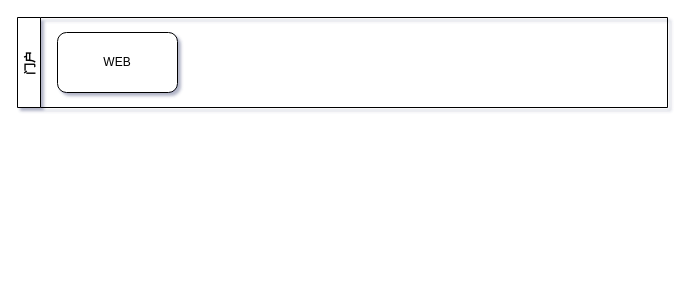
Before: Untitled Diagram.drawio in shoacom/docs, a draw.io diagram. Source tidied: cells renumbered, new cells numbered last; positions are measured from the earlier drawing's top-left corner, leaving out a move shared by most shapes. Both pictures are drawn from the tidied source at 100%, with x=0, y=0 at pixel (17, 17).
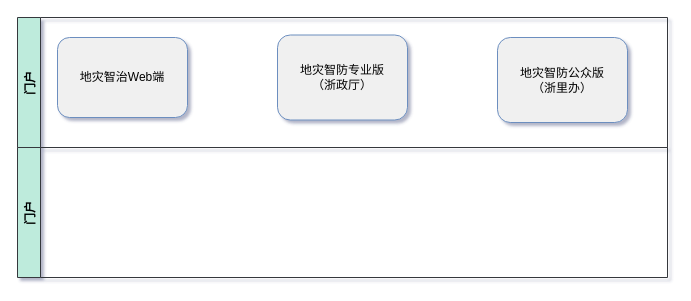
The same diagram, later.

Commit message:
柯城地灾智治.drawio

Change to the diagram source:
```diff
@@
 <mxGraphModel shadow="1">
   <root>
     <mxCell id="0" />
     <mxCell id="1" parent="0" />
-    <mxCell id="2" value="门户" style="swimlane;horizontal=0;fontColor=default;strokeColor=default;fillColor=default;" parent="1" vertex="1">
-      <mxGeometry width="650" height="90" as="geometry" />
+    <mxCell id="2" value="门户" style="swimlane;horizontal=0;strokeColor=#36393d;fillColor=#BEEBDC;fontColor=default;" parent="1" vertex="1">
+      <mxGeometry width="650" height="130" as="geometry" />
     </mxCell>
-    <mxCell id="3" value="WEB" style="rounded=1;whiteSpace=wrap;html=1;fontColor=default;strokeColor=default;fillColor=default;" parent="2" vertex="1">
-      <mxGeometry x="40" y="15" width="120" height="60" as="geometry" />
+    <mxCell id="3" value="地灾智治Web端" style="rounded=1;whiteSpace=wrap;html=1;strokeColor=#6c8ebf;fillColor=#F0F0F0;fontColor=default;" parent="2" vertex="1">
+      <mxGeometry x="40" y="20" width="130" height="80" as="geometry" />
     </mxCell>
+    <mxCell id="4" value="地灾智防专业版&lt;br&gt;（浙政厅）" style="rounded=1;whiteSpace=wrap;html=1;strokeColor=#6c8ebf;fillColor=#F0F0F0;fontColor=default;" parent="2" vertex="1">
+      <mxGeometry x="260" y="17.5" width="130" height="85" as="geometry" />
+    </mxCell>
+    <mxCell id="5" value="地灾智防公众版&lt;br&gt;（浙里办）" style="rounded=1;whiteSpace=wrap;html=1;strokeColor=#6c8ebf;fillColor=#F0F0F0;fontColor=default;" parent="2" vertex="1">
+      <mxGeometry x="480" y="20" width="130" height="85" as="geometry" />
+    </mxCell>
+    <mxCell id="6" value="门户" style="swimlane;horizontal=0;strokeColor=#36393d;fillColor=#BEEBDC;fontColor=default;" parent="1" vertex="1">
+      <mxGeometry y="130" width="650" height="130" as="geometry" />
+    </mxCell>
   </root>
 </mxGraphModel>
```
